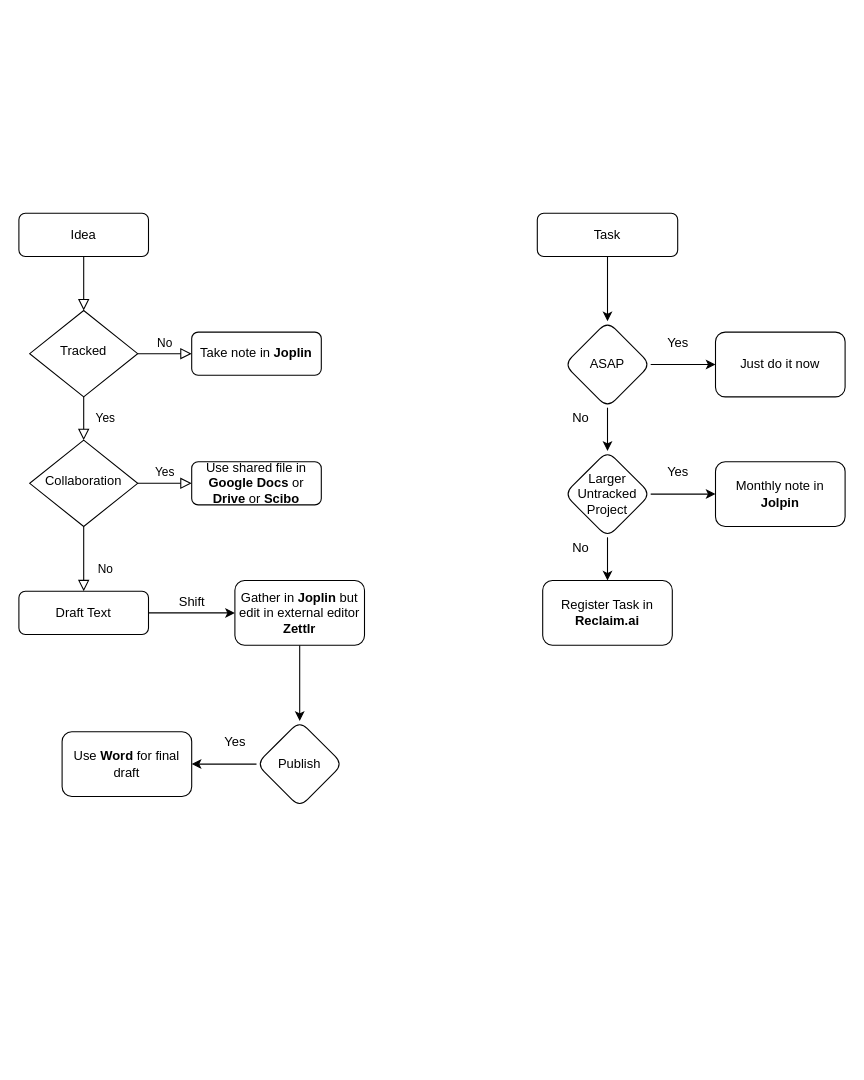
The draw.io diagram Unbenanntes Diagramm.drawio in LaserStefan/academic-data-driven-cv, before the edit. Source tidied: cells renumbered, new cells numbered last; positions are measured from the earlier drawing's top-left corner, leaving out a move shared by most shapes. Both pictures are drawn from the tidied source at 108%, with x=0, y=0 at pixel (18, 213).
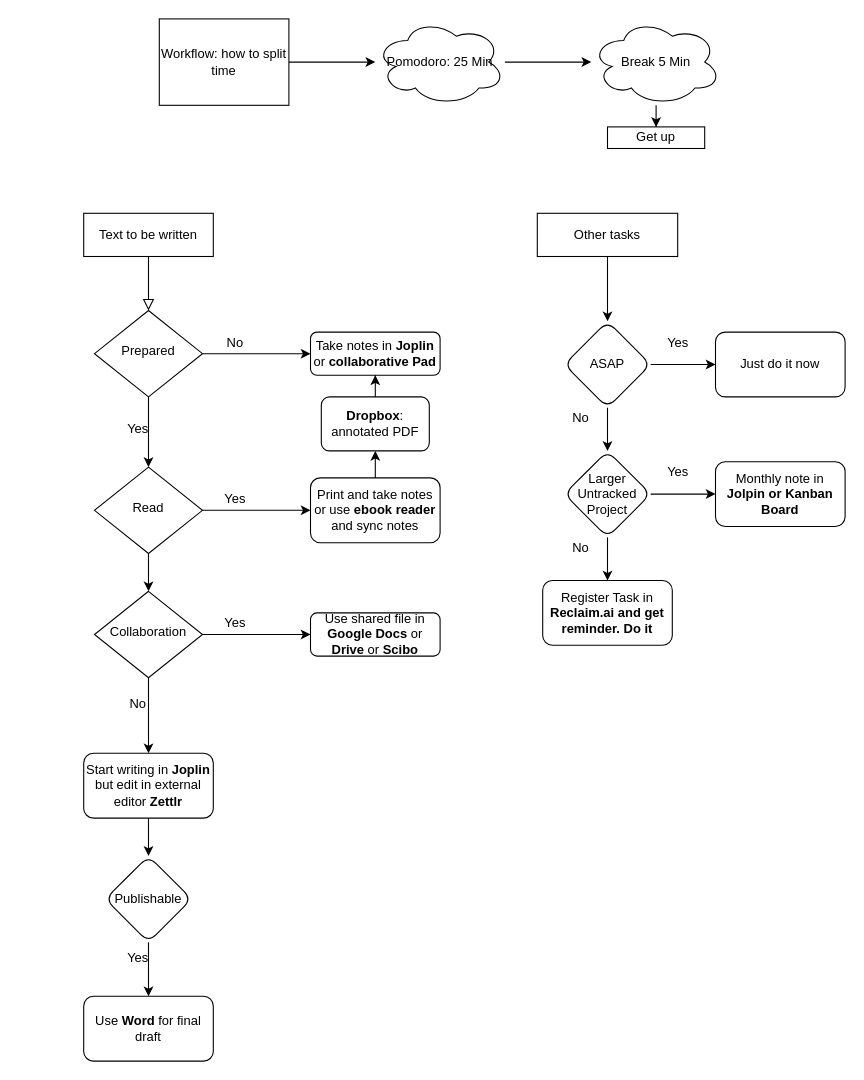
The same page after the edit.

The edit, as a diff of the source:
```diff
@@
-    <mxCell id="3" value="Idea" style="rounded=1;whiteSpace=wrap;html=1;fontSize=12;glass=0;strokeWidth=1;shadow=0;" parent="1" vertex="1">
-      <mxGeometry width="120" height="40" as="geometry" />
+    <mxCell id="3" value="Text to be written" style="rounded=0;whiteSpace=wrap;html=1;fontSize=12;glass=0;strokeWidth=1;shadow=0;" parent="1" vertex="1">
+      <mxGeometry x="60" width="120" height="40" as="geometry" />
     </mxCell>
-    <mxCell id="4" value="Yes" style="rounded=0;html=1;jettySize=auto;fontSize=11;endArrow=block;endFill=0;endSize=8;strokeWidth=1;shadow=0;labelBackgroundColor=none;edgeStyle=orthogonalEdgeStyle;" parent="1" edge="1" source="6" target="10">
-      <mxGeometry y="20" relative="1" as="geometry" />
-    </mxCell>
+    <mxCell id="36" style="edgeStyle=orthogonalEdgeStyle;rounded=0;jettySize=auto;html=1;" parent="1" edge="1" source="6" target="48">
+      <mxGeometry relative="1" as="geometry" />
+    </mxCell>
-    <mxCell id="5" value="No" style="edgeStyle=orthogonalEdgeStyle;rounded=0;html=1;jettySize=auto;fontSize=11;endArrow=block;endFill=0;endSize=8;strokeWidth=1;shadow=0;labelBackgroundColor=none;" parent="1" edge="1" source="6" target="7">
-      <mxGeometry y="10" relative="1" as="geometry" />
+    <mxCell id="5" style="edgeStyle=orthogonalEdgeStyle;rounded=0;jettySize=auto;html=1;" parent="1" edge="1" source="6" target="7">
+      <mxGeometry relative="1" as="geometry" />
     </mxCell>
-    <mxCell id="6" value="Tracked" style="rhombus;whiteSpace=wrap;html=1;shadow=0;fontFamily=Helvetica;fontSize=12;align=center;strokeWidth=1;spacing=6;spacingTop=-4;" parent="1" vertex="1">
-      <mxGeometry x="10" y="90" width="100" height="80" as="geometry" />
+    <mxCell id="6" value="Prepared" style="rhombus;whiteSpace=wrap;html=1;shadow=0;fontFamily=Helvetica;fontSize=12;align=center;strokeWidth=1;spacing=6;spacingTop=-4;" parent="1" vertex="1">
+      <mxGeometry x="70" y="90" width="100" height="80" as="geometry" />
     </mxCell>
-    <mxCell id="7" value="Take note in &lt;b&gt;Joplin&lt;/b&gt;" style="rounded=1;whiteSpace=wrap;html=1;fontSize=12;glass=0;strokeWidth=1;shadow=0;" parent="1" vertex="1">
-      <mxGeometry x="160" y="110" width="120" height="40" as="geometry" />
+    <mxCell id="7" value="Take notes in &lt;b&gt;Joplin &lt;/b&gt;or&lt;b&gt; collaborative Pad&lt;br&gt;&lt;/b&gt;" style="rounded=1;whiteSpace=wrap;html=1;fontSize=12;glass=0;strokeWidth=1;shadow=0;" parent="1" vertex="1">
+      <mxGeometry x="270" y="110" width="120" height="40" as="geometry" />
     </mxCell>
-    <mxCell id="8" value="No" style="rounded=0;html=1;jettySize=auto;fontSize=11;endArrow=block;endFill=0;endSize=8;strokeWidth=1;shadow=0;labelBackgroundColor=none;edgeStyle=orthogonalEdgeStyle;" parent="1" edge="1" source="10" target="12">
-      <mxGeometry x="0.33" y="20" relative="1" as="geometry" />
-    </mxCell>
-    <mxCell id="9" value="Yes" style="edgeStyle=orthogonalEdgeStyle;rounded=0;html=1;jettySize=auto;fontSize=11;endArrow=block;endFill=0;endSize=8;strokeWidth=1;shadow=0;labelBackgroundColor=none;" parent="1" edge="1" source="10" target="13">
-      <mxGeometry y="10" relative="1" as="geometry" />
+    <mxCell id="9" style="edgeStyle=orthogonalEdgeStyle;rounded=0;jettySize=auto;html=1;" parent="1" edge="1" source="10" target="13">
+      <mxGeometry relative="1" as="geometry" />
     </mxCell>
+    <mxCell id="37" style="edgeStyle=orthogonalEdgeStyle;rounded=0;jettySize=auto;html=1;" parent="1" edge="1" source="10" target="15">
+      <mxGeometry relative="1" as="geometry" />
+    </mxCell>
     <mxCell id="10" value="Collaboration" style="rhombus;whiteSpace=wrap;html=1;shadow=0;fontFamily=Helvetica;fontSize=12;align=center;strokeWidth=1;spacing=6;spacingTop=-4;" parent="1" vertex="1">
-      <mxGeometry x="10" y="210" width="100" height="80" as="geometry" />
+      <mxGeometry x="70" y="350" width="100" height="80" as="geometry" />
     </mxCell>
-    <mxCell id="11" style="edgeStyle=orthogonalEdgeStyle;rounded=0;jettySize=auto;html=1;" parent="1" edge="1" source="12" target="15">
-      <mxGeometry relative="1" as="geometry" />
-    </mxCell>
-    <mxCell id="12" value="Draft Text" style="rounded=1;whiteSpace=wrap;html=1;fontSize=12;glass=0;strokeWidth=1;shadow=0;" parent="1" vertex="1">
-      <mxGeometry y="350" width="120" height="40" as="geometry" />
-    </mxCell>
     <mxCell id="13" value="Use shared file in &lt;b&gt;Google Docs&lt;/b&gt; or &lt;b&gt;Drive&lt;/b&gt; or &lt;b&gt;Scibo&lt;/b&gt;" style="rounded=1;whiteSpace=wrap;html=1;fontSize=12;glass=0;strokeWidth=1;shadow=0;" parent="1" vertex="1">
-      <mxGeometry x="160" y="230" width="120" height="40" as="geometry" />
+      <mxGeometry x="270" y="370" width="120" height="40" as="geometry" />
     </mxCell>
@@
-    <mxCell id="15" value="Gather in &lt;b&gt;Joplin &lt;/b&gt;but edit in external editor &lt;b&gt;Zettlr&lt;/b&gt;" style="whiteSpace=wrap;html=1;rounded=1;glass=0;strokeWidth=1;shadow=0;" parent="1" vertex="1">
-      <mxGeometry x="200" y="340" width="120" height="60" as="geometry" />
+    <mxCell id="15" value="Start writing in &lt;b&gt;Joplin &lt;/b&gt;but edit in external editor &lt;b&gt;Zettlr&lt;/b&gt;" style="whiteSpace=wrap;html=1;rounded=1;glass=0;strokeWidth=1;shadow=0;" parent="1" vertex="1">
+      <mxGeometry x="60" y="500" width="120" height="60" as="geometry" />
     </mxCell>
-    <mxCell id="16" value="Shift" style="text;html=1;align=center;verticalAlign=middle;strokeColor=none;fillColor=none;" parent="1" vertex="1">
-      <mxGeometry x="135" y="345" width="50" height="30" as="geometry" />
-    </mxCell>
@@
-    <mxCell id="18" value="Publish" style="rhombus;whiteSpace=wrap;html=1;rounded=1;glass=0;strokeWidth=1;shadow=0;" parent="1" vertex="1">
-      <mxGeometry x="220" y="470" width="80" height="80" as="geometry" />
+    <mxCell id="18" value="Publishable" style="rhombus;whiteSpace=wrap;html=1;rounded=1;glass=0;strokeWidth=1;shadow=0;" parent="1" vertex="1">
+      <mxGeometry x="80" y="595" width="80" height="80" as="geometry" />
     </mxCell>
     <mxCell id="19" value="Use &lt;b&gt;Word &lt;/b&gt;for final draft" style="whiteSpace=wrap;html=1;rounded=1;glass=0;strokeWidth=1;shadow=0;" parent="1" vertex="1">
-      <mxGeometry x="40" y="480" width="120" height="60" as="geometry" />
+      <mxGeometry x="60" y="725" width="120" height="60" as="geometry" />
     </mxCell>
-    <mxCell id="20" value="Yes" style="text;html=1;align=center;verticalAlign=middle;strokeColor=none;fillColor=none;" parent="1" vertex="1">
-      <mxGeometry x="180" y="475" width="40" height="30" as="geometry" />
-    </mxCell>
@@
-    <mxCell id="22" value="Task" style="rounded=1;whiteSpace=wrap;html=1;" parent="1" vertex="1">
+    <mxCell id="22" value="Other tasks" style="rounded=0;whiteSpace=wrap;html=1;" parent="1" vertex="1">
       <mxGeometry x="480" width="130" height="40" as="geometry" />
     </mxCell>
@@
-    <mxCell id="32" value="Monthly note in &lt;b&gt;Jolpin&lt;/b&gt;" style="whiteSpace=wrap;html=1;rounded=1;" parent="1" vertex="1">
+    <mxCell id="32" value="Monthly note in &lt;b&gt;Jolpin or Kanban Board&lt;br&gt;&lt;/b&gt;" style="whiteSpace=wrap;html=1;rounded=1;" parent="1" vertex="1">
       <mxGeometry x="645" y="230" width="120" height="60" as="geometry" />
     </mxCell>
@@
-    <mxCell id="34" value="Register Task in &lt;b&gt;Reclaim.ai&lt;/b&gt;" style="whiteSpace=wrap;html=1;rounded=1;" parent="1" vertex="1">
+    <mxCell id="34" value="Register Task in &lt;b&gt;Reclaim.ai and get reminder. Do it&lt;br&gt;&lt;/b&gt;" style="whiteSpace=wrap;html=1;rounded=1;" parent="1" vertex="1">
       <mxGeometry x="485" y="340" width="120" height="60" as="geometry" />
     </mxCell>
@@
+    <mxCell id="38" style="edgeStyle=orthogonalEdgeStyle;rounded=0;jettySize=auto;html=1;" parent="1" edge="1" source="39" target="41">
+      <mxGeometry relative="1" as="geometry" />
+    </mxCell>
+    <mxCell id="39" value="Workflow: how to split time" style="rounded=0;whiteSpace=wrap;html=1;fontSize=12;glass=0;strokeWidth=1;shadow=0;" parent="1" vertex="1">
+      <mxGeometry x="130" y="-180" width="120" height="80" as="geometry" />
+    </mxCell>
+    <mxCell id="40" style="edgeStyle=orthogonalEdgeStyle;rounded=0;jettySize=auto;html=1;" parent="1" edge="1" source="41" target="43">
+      <mxGeometry relative="1" as="geometry" />
+    </mxCell>
+    <mxCell id="41" value="Pomodoro: 25 Min" style="ellipse;shape=cloud;whiteSpace=wrap;html=1;" parent="1" vertex="1">
+      <mxGeometry x="330" y="-180" width="120" height="80" as="geometry" />
+    </mxCell>
+    <mxCell id="42" style="edgeStyle=orthogonalEdgeStyle;rounded=0;jettySize=auto;html=1;" parent="1" edge="1" source="43" target="51">
+      <mxGeometry relative="1" as="geometry" />
+    </mxCell>
+    <mxCell id="43" value="Break 5 Min" style="ellipse;shape=cloud;whiteSpace=wrap;html=1;" parent="1" vertex="1">
+      <mxGeometry x="530" y="-180" width="120" height="80" as="geometry" />
+    </mxCell>
+    <mxCell id="44" style="edgeStyle=orthogonalEdgeStyle;rounded=0;jettySize=auto;html=1;" parent="1" edge="1" source="45" target="50">
+      <mxGeometry relative="1" as="geometry" />
+    </mxCell>
+    <mxCell id="45" value="Print and take notes or use &lt;b&gt;ebook reader&lt;/b&gt; and sync notes" style="rounded=1;whiteSpace=wrap;html=1;glass=0;strokeWidth=1;shadow=0;" parent="1" vertex="1">
+      <mxGeometry x="270" y="245" width="120" height="60" as="geometry" />
+    </mxCell>
+    <mxCell id="46" style="edgeStyle=orthogonalEdgeStyle;rounded=0;jettySize=auto;html=1;" parent="1" edge="1" source="48" target="45">
+      <mxGeometry relative="1" as="geometry" />
+    </mxCell>
+    <mxCell id="47" style="edgeStyle=orthogonalEdgeStyle;rounded=0;jettySize=auto;html=1;" parent="1" edge="1" source="48" target="10">
+      <mxGeometry relative="1" as="geometry" />
+    </mxCell>
+    <mxCell id="48" value="Read" style="rhombus;whiteSpace=wrap;html=1;shadow=0;fontFamily=Helvetica;fontSize=12;align=center;strokeWidth=1;spacing=6;spacingTop=-4;" parent="1" vertex="1">
+      <mxGeometry x="70" y="235" width="100" height="80" as="geometry" />
+    </mxCell>
+    <mxCell id="49" style="edgeStyle=orthogonalEdgeStyle;rounded=0;jettySize=auto;html=1;" parent="1" edge="1" source="50" target="7">
+      <mxGeometry relative="1" as="geometry" />
+    </mxCell>
+    <mxCell id="50" value="&lt;b&gt;Dropbox&lt;/b&gt;: annotated PDF" style="whiteSpace=wrap;html=1;rounded=1;glass=0;strokeWidth=1;shadow=0;" parent="1" vertex="1">
+      <mxGeometry x="280" y="170" width="100" height="50" as="geometry" />
+    </mxCell>
+    <mxCell id="51" value="Get up" style="whiteSpace=wrap;html=1;" parent="1" vertex="1">
+      <mxGeometry x="545" y="-80" width="90" height="20" as="geometry" />
+    </mxCell>
+    <mxCell id="52" value="Yes" style="text;html=1;align=center;verticalAlign=middle;strokeColor=none;fillColor=none;" parent="1" vertex="1">
+      <mxGeometry x="180" y="250" width="40" height="30" as="geometry" />
+    </mxCell>
+    <mxCell id="53" value="Yes" style="text;html=1;align=center;verticalAlign=middle;strokeColor=none;fillColor=none;" parent="1" vertex="1">
+      <mxGeometry x="90" y="185" width="40" height="30" as="geometry" />
+    </mxCell>
+    <mxCell id="54" value="Yes" style="text;html=1;align=center;verticalAlign=middle;strokeColor=none;fillColor=none;" parent="1" vertex="1">
+      <mxGeometry x="90" y="675" width="40" height="30" as="geometry" />
+    </mxCell>
+    <mxCell id="55" value="Yes" style="text;html=1;align=center;verticalAlign=middle;strokeColor=none;fillColor=none;" parent="1" vertex="1">
+      <mxGeometry x="180" y="365" width="40" height="30" as="geometry" />
+    </mxCell>
+    <mxCell id="56" value="No" style="text;html=1;align=center;verticalAlign=middle;strokeColor=none;fillColor=none;" parent="1" vertex="1">
+      <mxGeometry x="90" y="440" width="40" height="30" as="geometry" />
+    </mxCell>
+    <mxCell id="57" value="No" style="text;html=1;align=center;verticalAlign=middle;strokeColor=none;fillColor=none;" parent="1" vertex="1">
+      <mxGeometry x="180" y="105" width="40" height="30" as="geometry" />
+    </mxCell>
```
